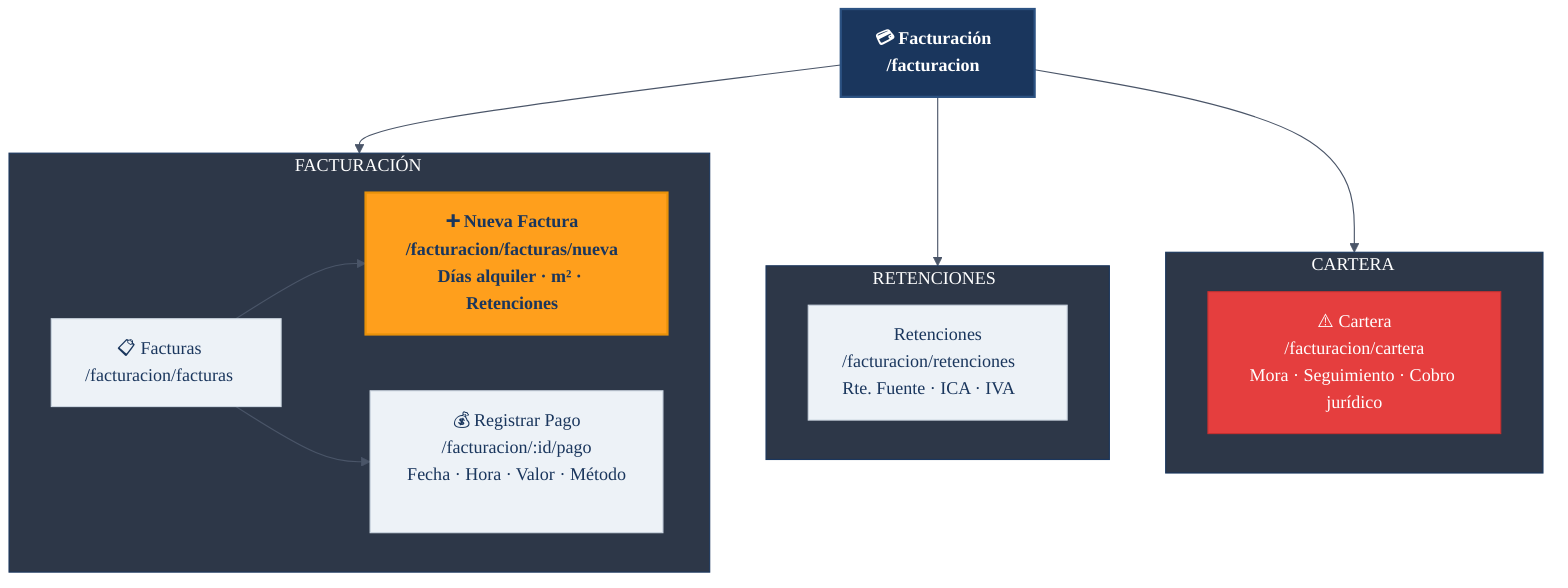
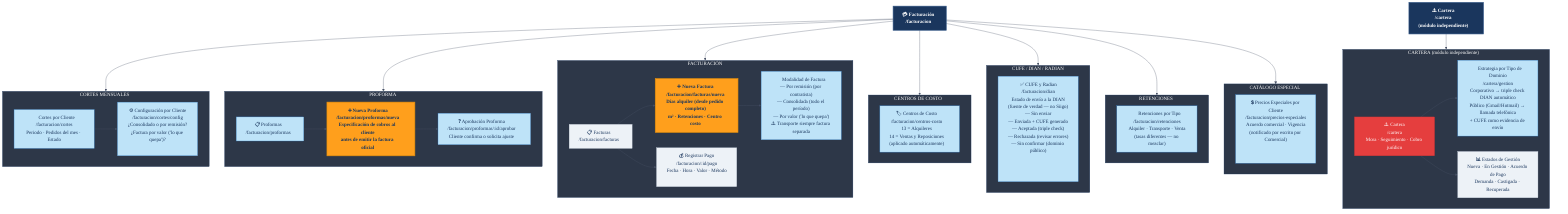
%%{init: {
  'theme': 'base',
  'themeVariables': {
    'primaryColor': '#1A365D',
    'primaryTextColor': '#FFFFFF',
    'primaryBorderColor': '#1A365D',
    'lineColor': '#4A5568',
    'secondaryColor': '#EDF2F7',
    'clusterBkg': '#2D3748',
    'clusterBorder': '#1A365D',
    'titleColor': '#FFFFFF',
    'edgeLabelBackground': '#F7FAFC',
    'fontFamily': 'Montserrat, sans-serif'
  }
}}%%

flowchart TD
    classDef modulo  fill:#1A365D,color:#FFFFFF,stroke:#2C5282,stroke-width:2px,font-weight:bold
    classDef pagina  fill:#EDF2F7,color:#1A365D,stroke:#CBD5E0,stroke-width:1px
    classDef cta     fill:#FF9F1C,color:#1A365D,stroke:#E8910A,stroke-width:2px,font-weight:bold
    classDef alerta  fill:#E53E3E,color:#FFFFFF,stroke:#C53030,stroke-width:1px
    classDef exito   fill:#38A169,color:#FFFFFF,stroke:#2F855A,stroke-width:1px
+     classDef nuevo   fill:#BEE3F8,color:#1A365D,stroke:#3182CE,stroke-width:1px

    FAC["💳 Facturación\n/facturacion"]:::modulo
+     CART["⚠️ Cartera\n/cartera\n(módulo independiente)"]:::modulo
+ 
+     subgraph S_CORTE["CORTES MENSUALES"]
+         FAC_CORTE["📅 Cortes por Cliente\n/facturacion/cortes\nPeriodo · Pedidos del mes · Estado"]:::nuevo
+         FAC_CORTE_CFG["⚙️ Configuración por Cliente\n/facturacion/cortes/config\n¿Consolidado o por remisión?\n¿Factura por valor ('lo que quepa')?"]:::nuevo
+         FAC_CORTE --> FAC_CORTE_CFG
+     end
+ 
+     subgraph S_PROFORMA["PROFORMA"]
+         FAC_PROF["📋 Proformas\n/facturacion/proformas"]:::nuevo
+         FAC_PROF_NEW["➕ Nueva Proforma\n/facturacion/proformas/nueva\nEspecificación de cobros al cliente\nantes de emitir la factura oficial"]:::cta
+         FAC_PROF_Q["❓ Aprobación Proforma\n/facturacion/proformas/:id/aprobar\nCliente confirma o solicita ajuste"]:::nuevo
+         FAC_PROF --> FAC_PROF_NEW
+         FAC_PROF_NEW --> FAC_PROF_Q
+     end

    subgraph S_FAC["FACTURACIÓN"]
        FAC_LIST["📋 Facturas\n/facturacion/facturas"]:::pagina
-         FAC_NEW["➕ Nueva Factura\n/facturacion/facturas/nueva\nDías alquiler · m² · Retenciones"]:::cta
+         FAC_NEW["➕ Nueva Factura\n/facturacion/facturas/nueva\nDías alquiler (desde pedido completo)\nm² · Retenciones · Centro costo"]:::cta
+         FAC_MODAL["📄 Modalidad de Factura\n― Por remisión (por contratista)\n― Consolidada (todo el período)\n― Por valor ('lo que quepa')\n⚠️ Transporte siempre factura separada"]:::nuevo
        FAC_PAG["💰 Registrar Pago\n/facturacion/:id/pago\nFecha · Hora · Valor · Método"]:::pagina
        FAC_LIST --> FAC_NEW & FAC_PAG
+         FAC_NEW --> FAC_MODAL
+     end
+ 
+     subgraph S_CCOSTO["CENTROS DE COSTO"]
+         FAC_CC["🏷️ Centros de Costo\n/facturacion/centros-costo\n13 = Alquileres\n14 = Ventas y Reposiciones\n(aplicado automáticamente)"]:::nuevo
+     end
+ 
+     subgraph S_DIAN["CUFE / DIAN / RADIAN"]
+         FAC_CUFE["✅ CUFE y Radian\n/facturacion/dian\nEstado de envío a la DIAN\n(fuente de verdad — no Siigo)\n― Sin enviar\n― Enviada + CUFE generado\n― Aceptada (triple check)\n― Rechazada (revisar errores)\n― Sin confirmar (dominio público)"]:::nuevo
    end

    subgraph S_RET["RETENCIONES"]
-         FAC_RET["🧾 Retenciones\n/facturacion/retenciones\nRte. Fuente · ICA · IVA"]:::pagina
+         FAC_RET["🧾 Retenciones por Tipo\n/facturacion/retenciones\nAlquiler · Transporte · Venta\n(tasas diferentes — no mezclar)"]:::nuevo
    end

-     subgraph S_CART["CARTERA"]
-         FAC_CART["⚠️ Cartera\n/facturacion/cartera\nMora · Seguimiento · Cobro jurídico"]:::alerta
+     subgraph S_CAT["CATÁLOGO ESPECIAL"]
+         FAC_CAT_CLI["💲 Precios Especiales por Cliente\n/facturacion/precios-especiales\nAcuerdo comercial · Vigencia\n(notificado por escrito por Comercial)"]:::nuevo
    end

-     FAC --> S_FAC & S_RET & S_CART
+     subgraph S_CART["CARTERA (módulo independiente)"]
+         CART_LIST["⚠️ Cartera\n/cartera\nMora · Seguimiento · Cobro jurídico"]:::alerta
+         CART_TIPO["📧 Estrategia por Tipo de Dominio\n/cartera/gestion\nCorporativo → triple check DIAN automático\nPúblico (Gmail/Hotmail) → llamada telefónica\n+ CUFE como evidencia de envío"]:::nuevo
+         CART_EST["📊 Estados de Gestión\nNueva · En Gestión · Acuerdo de Pago\nDemanda · Castigada · Recuperada"]:::pagina
+         CART_LIST --> CART_TIPO & CART_EST
+     end
+ 
+     FAC --> S_CORTE & S_PROFORMA & S_FAC & S_CCOSTO & S_DIAN & S_RET & S_CAT
+     CART --> S_CART
